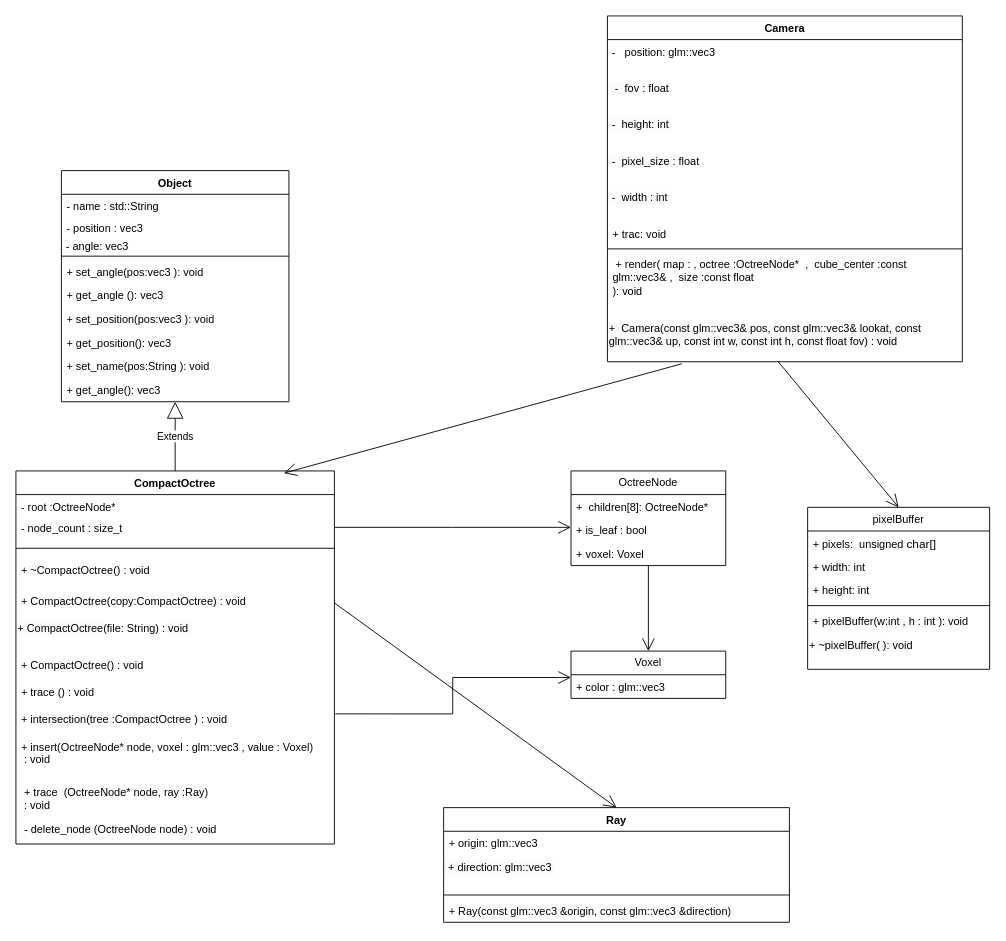
Before: page "Core" (1 of 4) of doc/VoxelEngine.drawio in cpp-park-vk-education/2023_1_Blockify, a draw.io diagram. Source tidied: cells renumbered, new cells numbered last; positions are measured from the earlier drawing's top-left corner, leaving out a move shared by most shapes. Both pictures are drawn from the tidied source at 91%, with x=0, y=0 at pixel (15, 15).
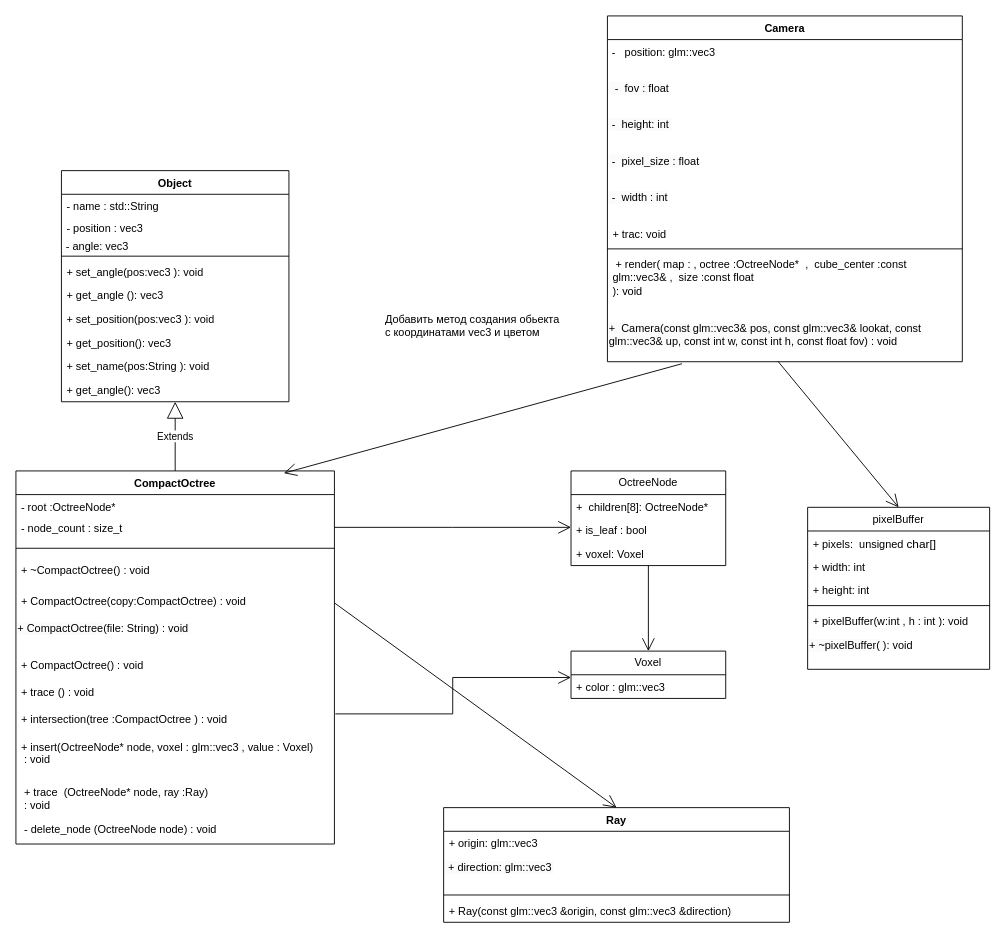
The same diagram, later.

Change to the diagram source:
```diff
@@
+    <mxCell id="61" value="Добавить метод создания обьекта&#10;с координатами vec3 и цветом" style="text;strokeColor=none;fillColor=none;align=left;verticalAlign=top;spacingLeft=4;spacingRight=4;overflow=hidden;" parent="1" vertex="1">
+      <mxGeometry x="400" y="320" width="230" height="40" as="geometry" />
+    </mxCell>
```
